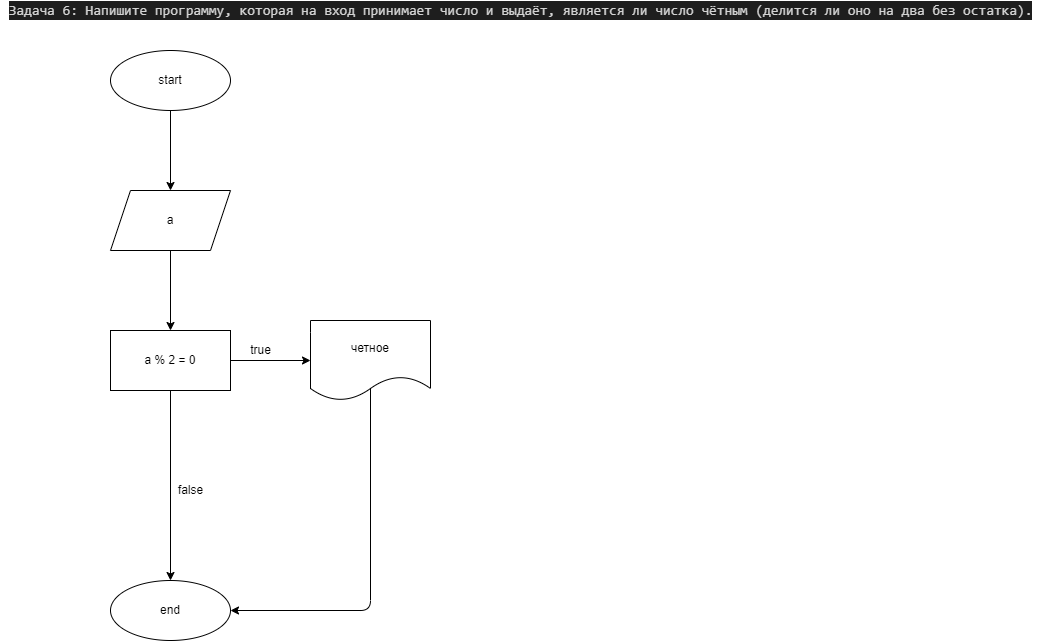
The draw.io diagram homework/lesson1/task006/006.drawio.png in AleksandRepin/CS_homework, before a commit. Source tidied: cells renumbered, new cells last; positions are measured from the earlier drawing's top-left corner, leaving out a move shared by most shapes.
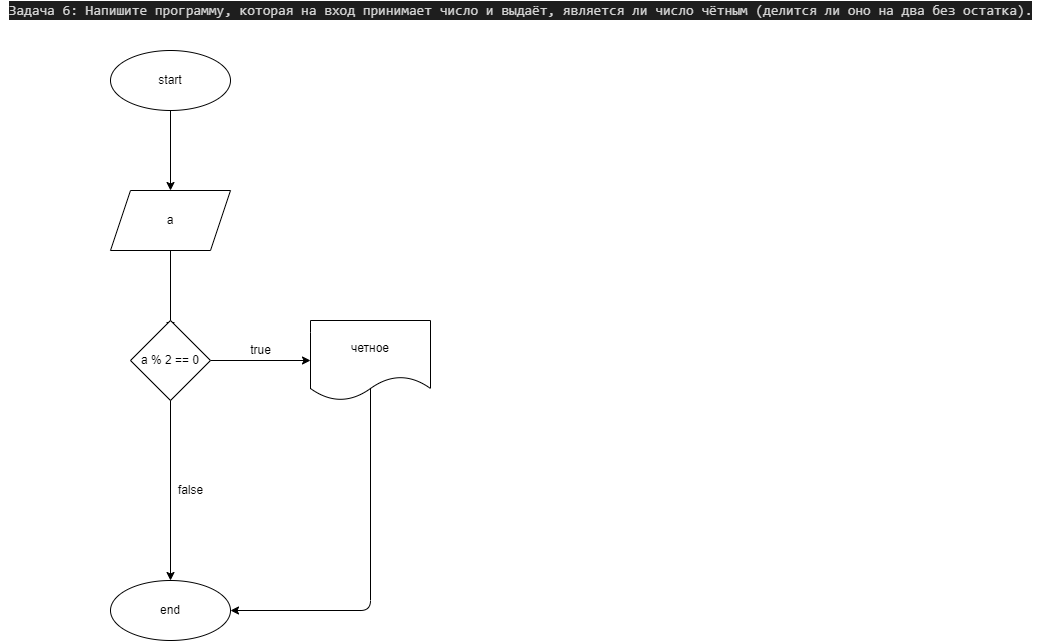
The same diagram one commit later.

The edit, as a diff of the source:
```diff
@@ -11,23 +11,19 @@
     <mxCell id="4" value="start" style="ellipse;whiteSpace=wrap;html=1;" parent="1" vertex="1">
       <mxGeometry x="110" y="50" width="120" height="60" as="geometry" />
     </mxCell>
-    <mxCell id="5" style="edgeStyle=none;html=1;" parent="1" edge="1" source="6" target="9">
-      <mxGeometry relative="1" as="geometry" />
+    <mxCell id="5" style="edgeStyle=none;html=1;" parent="1" edge="1" source="6">
+      <mxGeometry relative="1" as="geometry">
+        <mxPoint x="170" y="330" as="targetPoint" />
+      </mxGeometry>
     </mxCell>
     <mxCell id="6" value="a" style="shape=parallelogram;perimeter=parallelogramPerimeter;whiteSpace=wrap;html=1;fixedSize=1;" parent="1" vertex="1">
       <mxGeometry x="110" y="190" width="120" height="60" as="geometry" />
     </mxCell>
-    <mxCell id="7" style="edgeStyle=none;html=1;" parent="1" edge="1" source="9">
-      <mxGeometry relative="1" as="geometry">
-        <mxPoint x="310" y="360" as="targetPoint" />
-      </mxGeometry>
-    </mxCell>
-    <mxCell id="8" style="edgeStyle=none;html=1;exitX=0.5;exitY=1;exitDx=0;exitDy=0;entryX=0.5;entryY=0;entryDx=0;entryDy=0;" parent="1" edge="1" source="9" target="14">
-      <mxGeometry relative="1" as="geometry" />
+    <mxCell id="8" style="edgeStyle=none;html=1;exitX=0.5;exitY=1;exitDx=0;exitDy=0;entryX=0.5;entryY=0;entryDx=0;entryDy=0;" parent="1" edge="1" target="14">
+      <mxGeometry relative="1" as="geometry">
+        <mxPoint x="170" y="390" as="sourcePoint" />
+      </mxGeometry>
     </mxCell>
-    <mxCell id="9" value="a % 2 = 0" style="whiteSpace=wrap;html=1;" parent="1" vertex="1">
-      <mxGeometry x="110" y="330" width="120" height="60" as="geometry" />
-    </mxCell>
     <mxCell id="10" value="true" style="text;html=1;align=center;verticalAlign=middle;strokeColor=none;fillColor=none;" parent="1" vertex="1">
       <mxGeometry x="240" y="340" width="40" height="20" as="geometry" />
     </mxCell>
@@ -47,5 +43,11 @@
     <mxCell id="14" value="end" style="ellipse;whiteSpace=wrap;html=1;" parent="1" vertex="1">
       <mxGeometry x="110" y="580" width="120" height="60" as="geometry" />
     </mxCell>
+    <mxCell id="15" style="edgeStyle=none;html=1;exitX=1;exitY=0.5;exitDx=0;exitDy=0;entryX=0;entryY=0.5;entryDx=0;entryDy=0;" parent="1" edge="1" source="16" target="12">
+      <mxGeometry relative="1" as="geometry" />
+    </mxCell>
+    <mxCell id="16" value="a % 2 == 0" style="rhombus;whiteSpace=wrap;html=1;" parent="1" vertex="1">
+      <mxGeometry x="130" y="320" width="80" height="80" as="geometry" />
+    </mxCell>
   </root>
 </mxGraphModel>
```
